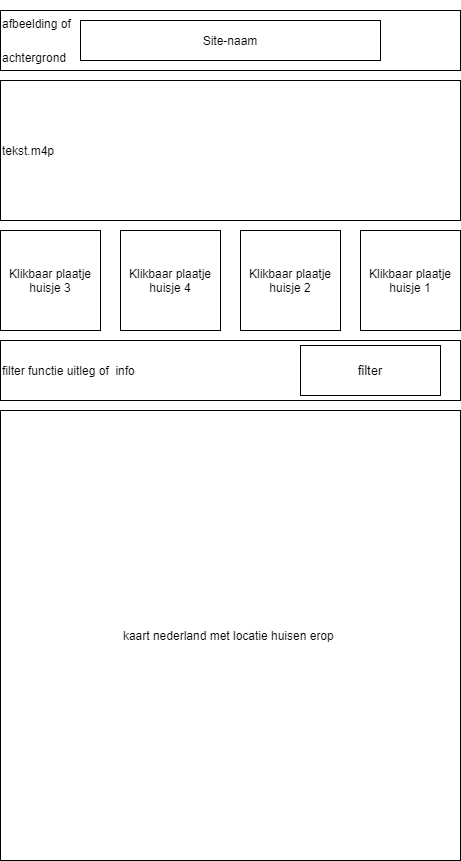
chillipepper333/Challenge-BNB keeps this draw.io diagram as 01-Challenge/Taak02-Ontwerpen/student-wireframe.drawio.png. Above is the earlier version. Source tidied: cells renumbered, new cells last; positions are measured from the earlier drawing's top-left corner, leaving out a move shared by most shapes. The source it was exported from:
```xml
<mxGraphModel>
  <root>
    <mxCell id="0" />
    <mxCell id="1" parent="0" />
    <mxCell id="2" value="&lt;p style=&quot;line-height: 190%&quot;&gt;afbeelding of&lt;/p&gt;&lt;p style=&quot;line-height: 190%&quot;&gt;achtergrond&lt;/p&gt;" style="whiteSpace=wrap;html=1;align=left;" parent="1" vertex="1">
      <mxGeometry width="460" height="60" as="geometry" />
    </mxCell>
    <mxCell id="3" value="Site-naam" style="whiteSpace=wrap;html=1;" parent="1" vertex="1">
      <mxGeometry x="80" y="10" width="300" height="40" as="geometry" />
    </mxCell>
    <mxCell id="4" value="Klikbaar plaatje huisje 1" style="whiteSpace=wrap;html=1;" parent="1" vertex="1">
      <mxGeometry x="360" y="220" width="100" height="100" as="geometry" />
    </mxCell>
    <mxCell id="5" value="Klikbaar plaatje huisje 4" style="whiteSpace=wrap;html=1;" parent="1" vertex="1">
      <mxGeometry x="120" y="220" width="100" height="100" as="geometry" />
    </mxCell>
    <mxCell id="6" value="Klikbaar plaatje huisje 3" style="whiteSpace=wrap;html=1;" parent="1" vertex="1">
      <mxGeometry y="220" width="100" height="100" as="geometry" />
    </mxCell>
    <mxCell id="7" value="Klikbaar plaatje huisje 2" style="whiteSpace=wrap;html=1;" parent="1" vertex="1">
      <mxGeometry x="240" y="220" width="100" height="100" as="geometry" />
    </mxCell>
    <mxCell id="8" value="tekst.m4p" style="whiteSpace=wrap;html=1;align=left;" parent="1" vertex="1">
      <mxGeometry y="70" width="460" height="140" as="geometry" />
    </mxCell>
    <mxCell id="9" style="whiteSpace=wrap;html=1;strokeColor=#000000;" parent="1" vertex="1">
      <mxGeometry x="420" y="330" width="14" height="10" as="geometry" />
    </mxCell>
    <mxCell id="10" value="filter functie uitleg of&amp;nbsp; info&amp;nbsp;" style="whiteSpace=wrap;html=1;align=left;" parent="1" vertex="1">
      <mxGeometry y="330" width="460" height="60" as="geometry" />
    </mxCell>
    <mxCell id="11" value="&lt;span style=&quot;font-size: 13px&quot;&gt;filter&lt;/span&gt;" style="whiteSpace=wrap;html=1;" parent="1" vertex="1">
      <mxGeometry x="300" y="335" width="140" height="50" as="geometry" />
    </mxCell>
    <mxCell id="12" value="kaart nederland met locatie huisen erop&amp;nbsp;" style="whiteSpace=wrap;html=1;" parent="1" vertex="1">
      <mxGeometry y="400" width="460" height="450" as="geometry" />
    </mxCell>
  </root>
</mxGraphModel>
```
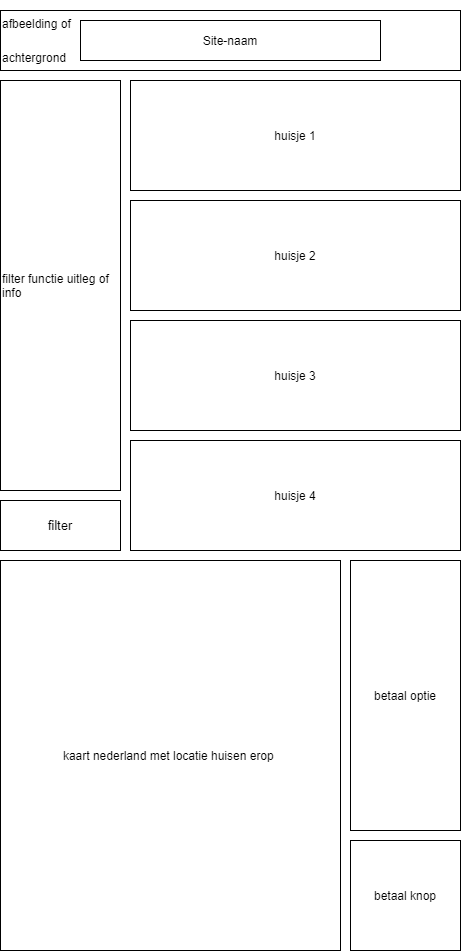
The same diagram one commit later.

Commit message:
nieuwe layout

What changed in the source:
```diff
@@ -8,32 +8,32 @@
     <mxCell id="3" value="Site-naam" style="whiteSpace=wrap;html=1;" parent="1" vertex="1">
       <mxGeometry x="80" y="10" width="300" height="40" as="geometry" />
     </mxCell>
-    <mxCell id="4" value="Klikbaar plaatje huisje 1" style="whiteSpace=wrap;html=1;" parent="1" vertex="1">
-      <mxGeometry x="360" y="220" width="100" height="100" as="geometry" />
+    <mxCell id="4" value="huisje 3&lt;br&gt;" style="whiteSpace=wrap;html=1;" parent="1" vertex="1">
+      <mxGeometry x="130" y="310" width="330" height="110" as="geometry" />
     </mxCell>
-    <mxCell id="5" value="Klikbaar plaatje huisje 4" style="whiteSpace=wrap;html=1;" parent="1" vertex="1">
-      <mxGeometry x="120" y="220" width="100" height="100" as="geometry" />
+    <mxCell id="5" value="huisje 1" style="whiteSpace=wrap;html=1;" parent="1" vertex="1">
+      <mxGeometry x="130" y="70" width="330" height="110" as="geometry" />
     </mxCell>
-    <mxCell id="6" value="Klikbaar plaatje huisje 3" style="whiteSpace=wrap;html=1;" parent="1" vertex="1">
-      <mxGeometry y="220" width="100" height="100" as="geometry" />
+    <mxCell id="6" value="huisje 4" style="whiteSpace=wrap;html=1;" parent="1" vertex="1">
+      <mxGeometry x="130" y="430" width="330" height="110" as="geometry" />
     </mxCell>
-    <mxCell id="7" value="Klikbaar plaatje huisje 2" style="whiteSpace=wrap;html=1;" parent="1" vertex="1">
-      <mxGeometry x="240" y="220" width="100" height="100" as="geometry" />
+    <mxCell id="7" value="huisje 2" style="whiteSpace=wrap;html=1;" parent="1" vertex="1">
+      <mxGeometry x="130" y="190" width="330" height="110" as="geometry" />
     </mxCell>
-    <mxCell id="8" value="tekst.m4p" style="whiteSpace=wrap;html=1;align=left;" parent="1" vertex="1">
-      <mxGeometry y="70" width="460" height="140" as="geometry" />
+    <mxCell id="8" value="betaal knop" style="whiteSpace=wrap;html=1;align=center;" parent="1" vertex="1">
+      <mxGeometry x="350" y="830" width="110" height="110" as="geometry" />
     </mxCell>
-    <mxCell id="9" style="whiteSpace=wrap;html=1;strokeColor=#000000;" parent="1" vertex="1">
-      <mxGeometry x="420" y="330" width="14" height="10" as="geometry" />
-    </mxCell>
     <mxCell id="10" value="filter functie uitleg of&amp;nbsp; info&amp;nbsp;" style="whiteSpace=wrap;html=1;align=left;" parent="1" vertex="1">
-      <mxGeometry y="330" width="460" height="60" as="geometry" />
+      <mxGeometry y="70" width="120" height="410" as="geometry" />
     </mxCell>
     <mxCell id="11" value="&lt;span style=&quot;font-size: 13px&quot;&gt;filter&lt;/span&gt;" style="whiteSpace=wrap;html=1;" parent="1" vertex="1">
-      <mxGeometry x="300" y="335" width="140" height="50" as="geometry" />
+      <mxGeometry y="490" width="120" height="50" as="geometry" />
     </mxCell>
     <mxCell id="12" value="kaart nederland met locatie huisen erop&amp;nbsp;" style="whiteSpace=wrap;html=1;" parent="1" vertex="1">
-      <mxGeometry y="400" width="460" height="450" as="geometry" />
+      <mxGeometry y="550" width="340" height="390" as="geometry" />
     </mxCell>
+    <mxCell id="13" value="betaal optie" style="whiteSpace=wrap;html=1;" parent="1" vertex="1">
+      <mxGeometry x="350" y="550" width="110" height="270" as="geometry" />
+    </mxCell>
   </root>
 </mxGraphModel>
```
